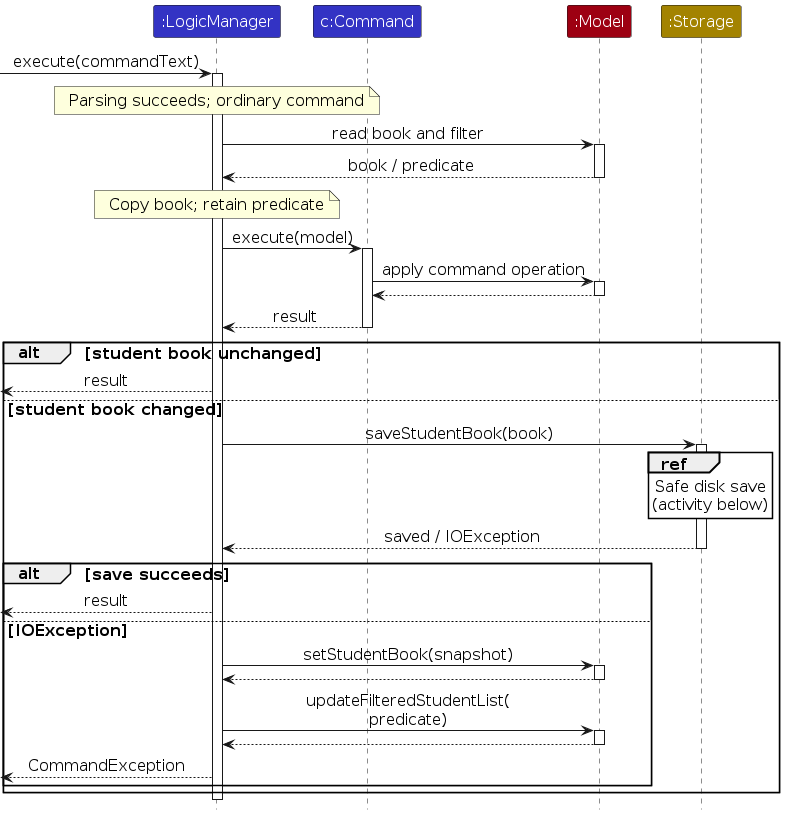
AY2627S1-CS2103T-T16-1/tp keeps this PlantUML diagram as diagrams/SaveRollbackSequenceDiagram.png. Above is the earlier version. Its source is kept beside it as diagrams/SaveRollbackSequenceDiagram.puml.
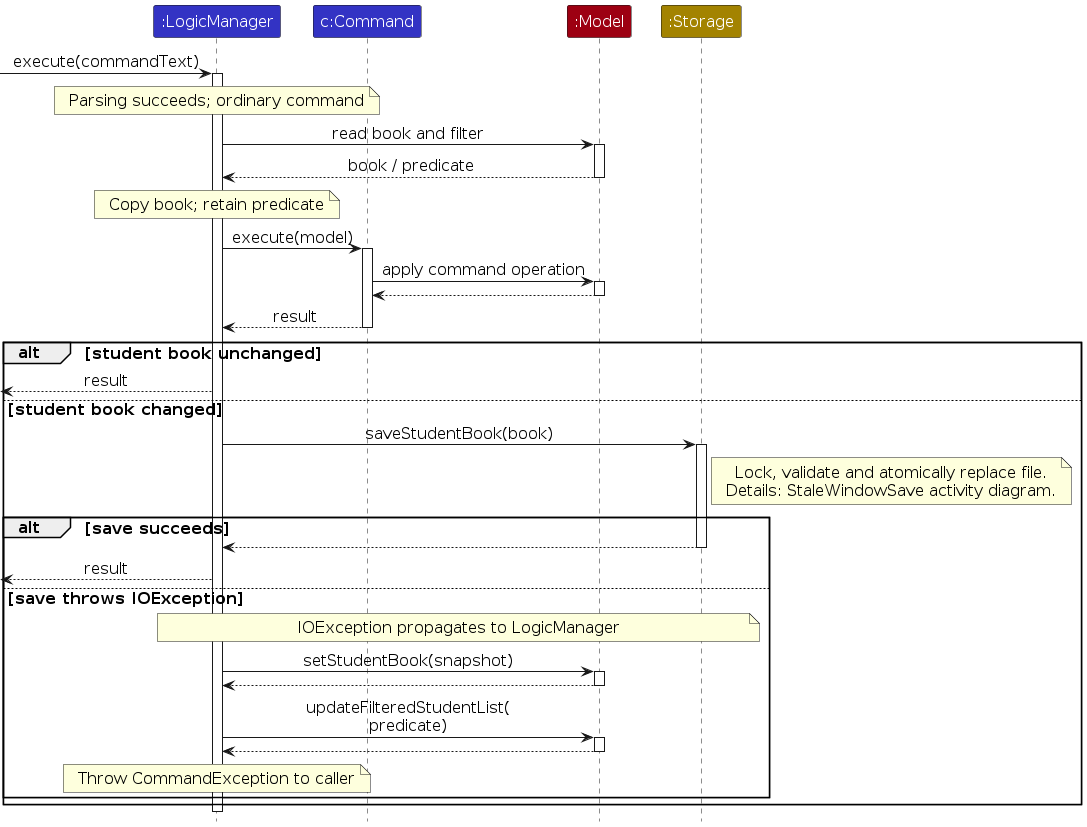
After the commit.

The edit, as a diff of the source:
```diff
@@ -31,15 +31,17 @@
 else student book changed
   logic -> storage : saveStudentBook(book)
   activate storage
-  ref over storage
-    Safe disk save
-    (activity below)
-  end ref
-  storage --> logic : saved / IOException
-  deactivate storage
+  note right of storage
+    Lock, validate and atomically replace file.
+    Details: StaleWindowSave activity diagram.
+  end note
   alt save succeeds
+    storage --> logic
+    deactivate storage
     [<-- logic : result
-  else IOException
+  else save throws IOException
+    note over logic, storage : IOException propagates to LogicManager
+    deactivate storage
     logic -> model : setStudentBook(snapshot)
     activate model
     model --> logic
@@ -48,7 +50,7 @@
     activate model
     model --> logic
     deactivate model
-    [<-- logic : CommandException
+    note over logic : Throw CommandException to caller
   end
 end
 deactivate logic
```
